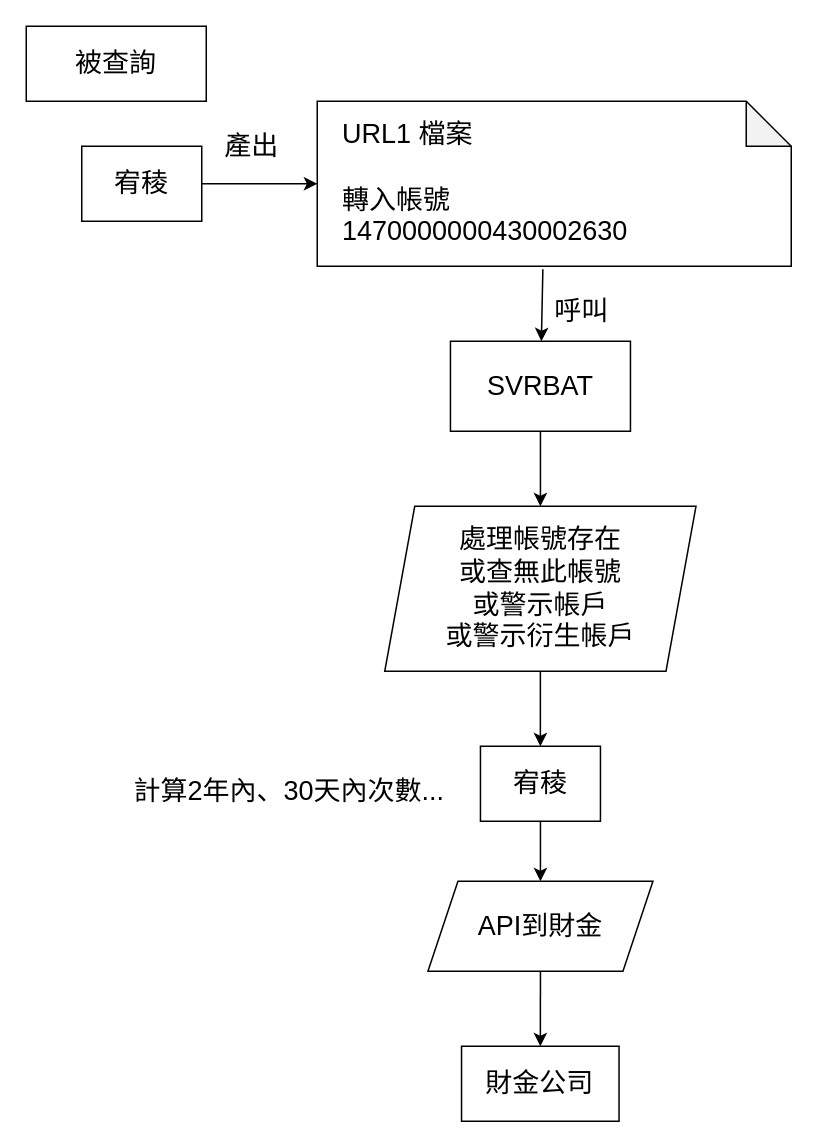
yeahyeah0606/yeahyeah0606.github.io keeps this draw.io diagram as page "被查詢" (5 of 6) of 約轉灰名單架構.drawio. Above is the earlier version. Source tidied: cells renumbered, new cells numbered last; positions are measured from the earlier drawing's top-left corner, leaving out a move shared by most shapes. Both pictures are drawn from the tidied source at 150%, with x=0, y=0 at pixel (26, 26).
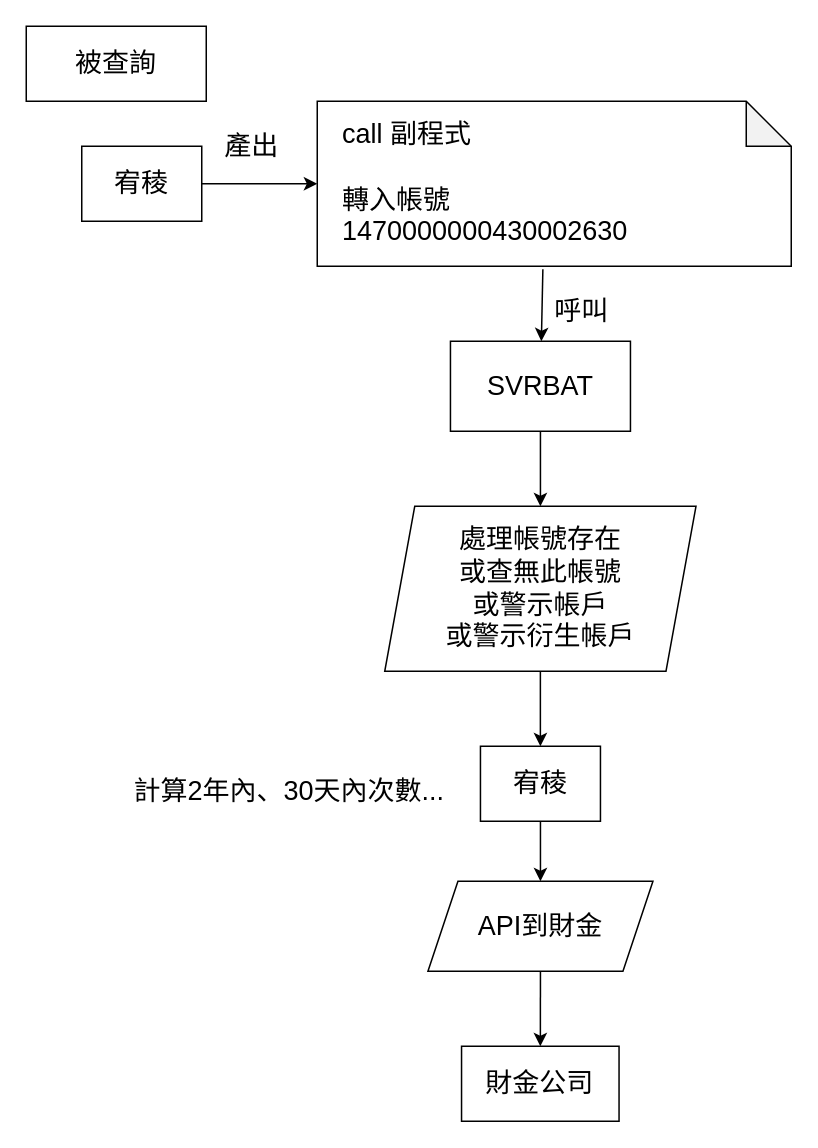
Above is the later version.

Change to the diagram source:
```diff
@@
 <mxGraphModel>
   <root>
     <mxCell id="0" />
     <mxCell id="1" parent="0" />
     <mxCell id="2" value="&lt;font style=&quot;font-size: 18px;&quot;&gt;被查詢&lt;/font&gt;" style="rounded=0;whiteSpace=wrap;html=1;" parent="1" vertex="1">
       <mxGeometry width="120" height="50" as="geometry" />
     </mxCell>
     <mxCell id="3" value="&lt;font style=&quot;font-size: 18px;&quot;&gt;宥稜&lt;/font&gt;" style="rounded=0;whiteSpace=wrap;html=1;" parent="1" vertex="1">
       <mxGeometry x="37" y="80" width="80" height="50" as="geometry" />
     </mxCell>
     <mxCell id="4" value="&lt;font style=&quot;font-size: 18px;&quot;&gt;SVRBAT&lt;/font&gt;" style="rounded=0;whiteSpace=wrap;html=1;" parent="1" vertex="1">
       <mxGeometry x="282.8" y="210" width="120" height="60" as="geometry" />
     </mxCell>
     <mxCell id="5" value="&lt;span style=&quot;font-size: 18px;&quot;&gt;呼叫&lt;/span&gt;" style="text;html=1;align=center;verticalAlign=middle;strokeColor=none;fillColor=none;" parent="1" vertex="1">
       <mxGeometry x="340" y="170" width="60" height="40" as="geometry" />
     </mxCell>
     <mxCell id="6" value="&lt;font style=&quot;font-size: 18px;&quot;&gt;處理帳號存在&lt;br&gt;或查無此帳號&lt;br&gt;或警示帳戶&lt;br&gt;或警示衍生帳戶&lt;br&gt;&lt;/font&gt;" style="shape=parallelogram;perimeter=parallelogramPerimeter;whiteSpace=wrap;html=1;fixedSize=1;" parent="1" vertex="1">
       <mxGeometry x="239" y="320" width="207.5" height="110" as="geometry" />
     </mxCell>
     <mxCell id="7" value="&lt;font style=&quot;font-size: 18px;&quot;&gt;宥稜&lt;/font&gt;" style="rounded=0;whiteSpace=wrap;html=1;" parent="1" vertex="1">
       <mxGeometry x="302.8" y="480" width="80" height="50" as="geometry" />
     </mxCell>
     <mxCell id="8" style="endArrow=classic;html=1;rounded=0;exitX=0.5;exitY=1;exitDx=0;exitDy=0;" parent="1" edge="1" source="6" target="7">
       <mxGeometry relative="1" as="geometry" />
     </mxCell>
     <mxCell id="9" value="&lt;span style=&quot;font-size: 18px;&quot;&gt;API到財金&lt;/span&gt;" style="shape=parallelogram;perimeter=parallelogramPerimeter;whiteSpace=wrap;html=1;fixedSize=1;" parent="1" vertex="1">
       <mxGeometry x="267.8" y="570" width="150" height="60" as="geometry" />
     </mxCell>
     <mxCell id="10" value="&lt;font style=&quot;font-size: 18px;&quot;&gt;財金公司&lt;/font&gt;" style="rounded=0;whiteSpace=wrap;html=1;" parent="1" vertex="1">
       <mxGeometry x="290.2" y="680" width="105" height="50" as="geometry" />
     </mxCell>
     <mxCell id="11" style="endArrow=classic;html=1;rounded=0;exitX=0.5;exitY=1;exitDx=0;exitDy=0;" parent="1" edge="1" source="7" target="9">
       <mxGeometry relative="1" as="geometry" />
     </mxCell>
     <mxCell id="12" style="endArrow=classic;html=1;rounded=0;exitX=0.5;exitY=1;exitDx=0;exitDy=0;" parent="1" edge="1" source="9" target="10">
       <mxGeometry relative="1" as="geometry" />
     </mxCell>
-    <mxCell id="13" value="&lt;font style=&quot;font-size: 18px;&quot;&gt;&amp;nbsp; &amp;nbsp;URL1 檔案&lt;br&gt;&lt;br&gt;&amp;nbsp; &amp;nbsp;轉入帳號&amp;nbsp; &amp;nbsp; &amp;nbsp; &amp;nbsp; &amp;nbsp; &amp;nbsp; &amp;nbsp; &amp;nbsp; &amp;nbsp; &amp;nbsp; &amp;nbsp; &amp;nbsp; &amp;nbsp;&amp;nbsp;&lt;br&gt;&amp;nbsp; &amp;nbsp;1470000000430002630&amp;nbsp;&amp;nbsp;&lt;br&gt;&lt;/font&gt;" style="shape=note;whiteSpace=wrap;html=1;backgroundOutline=1;darkOpacity=0.05;align=left;" parent="1" vertex="1">
+    <mxCell id="13" value="&lt;font style=&quot;font-size: 18px;&quot;&gt;&amp;nbsp; &amp;nbsp;call 副程式&lt;br&gt;&lt;br&gt;&amp;nbsp; &amp;nbsp;轉入帳號&amp;nbsp; &amp;nbsp; &amp;nbsp; &amp;nbsp; &amp;nbsp; &amp;nbsp; &amp;nbsp; &amp;nbsp; &amp;nbsp; &amp;nbsp; &amp;nbsp; &amp;nbsp; &amp;nbsp;&amp;nbsp;&lt;br&gt;&amp;nbsp; &amp;nbsp;1470000000430002630&amp;nbsp;&amp;nbsp;&lt;br&gt;&lt;/font&gt;" style="shape=note;whiteSpace=wrap;html=1;backgroundOutline=1;darkOpacity=0.05;align=left;" parent="1" vertex="1">
       <mxGeometry x="194" y="50" width="316" height="110" as="geometry" />
     </mxCell>
     <mxCell id="14" style="endArrow=classic;html=1;rounded=0;exitX=1;exitY=0.5;exitDx=0;exitDy=0;entryX=0;entryY=0.5;entryDx=0;entryDy=0;entryPerimeter=0;" parent="1" edge="1" source="3" target="13">
       <mxGeometry relative="1" as="geometry" />
     </mxCell>
     <mxCell id="15" value="&lt;font style=&quot;font-size: 18px;&quot;&gt;產出&lt;/font&gt;" style="text;html=1;align=center;verticalAlign=middle;strokeColor=none;fillColor=none;" parent="1" vertex="1">
       <mxGeometry x="120" y="60" width="60" height="40" as="geometry" />
     </mxCell>
     <mxCell id="16" style="endArrow=classic;html=1;rounded=0;exitX=0.476;exitY=1.018;exitDx=0;exitDy=0;exitPerimeter=0;" parent="1" edge="1" source="13" target="4">
       <mxGeometry relative="1" as="geometry" />
     </mxCell>
     <mxCell id="17" style="endArrow=classic;html=1;rounded=0;exitX=0.5;exitY=1;exitDx=0;exitDy=0;" parent="1" edge="1" source="4" target="6">
       <mxGeometry relative="1" as="geometry" />
     </mxCell>
     <mxCell id="18" value="&lt;span style=&quot;font-size: 18px;&quot;&gt;計算2年內、30天內次數...&lt;/span&gt;" style="text;html=1;align=center;verticalAlign=middle;strokeColor=none;fillColor=none;" parent="1" vertex="1">
       <mxGeometry x="60.2" y="490" width="230" height="40" as="geometry" />
     </mxCell>
   </root>
 </mxGraphModel>
```
